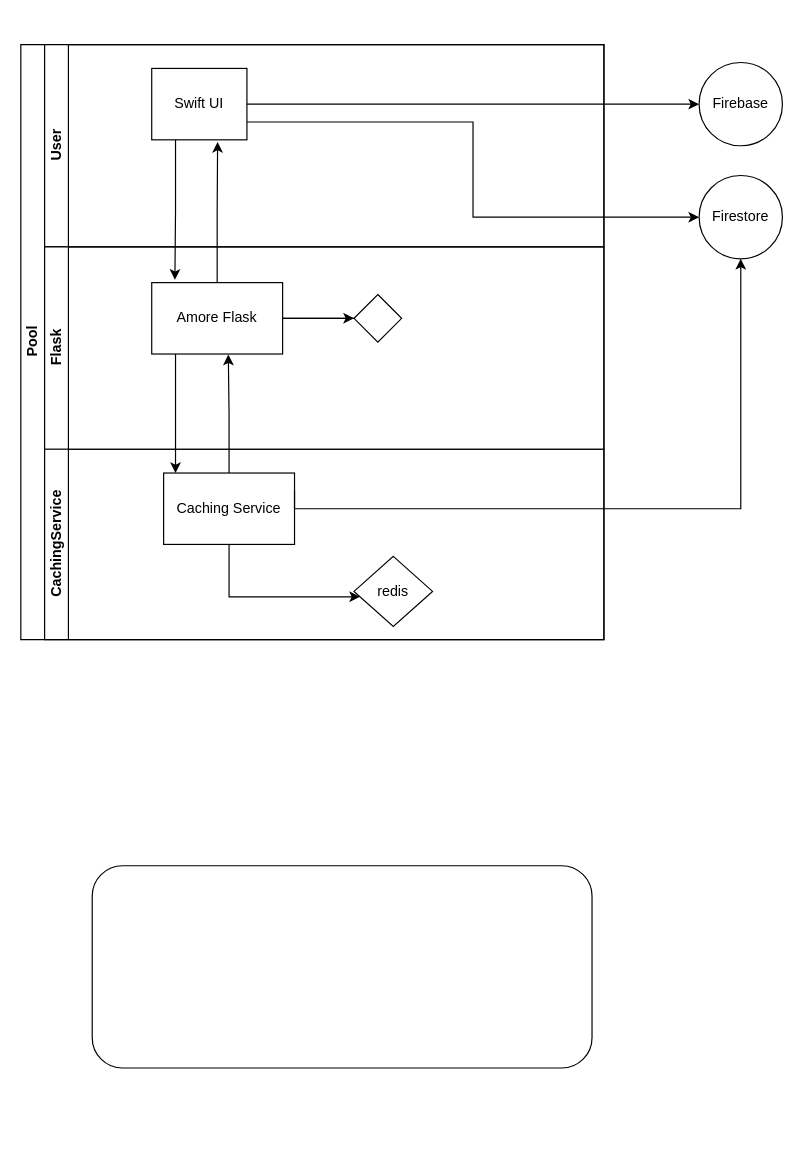
The draw.io diagram AmoreBrains.drawio in KshitizSharmaV/AmoreCachingService, before the edit. Source tidied: cells renumbered, new cells numbered last; positions are measured from the earlier drawing's top-left corner, leaving out a move shared by most shapes. Both pictures are drawn from the tidied source at 119%, with x=0, y=0 at pixel (20, 44).
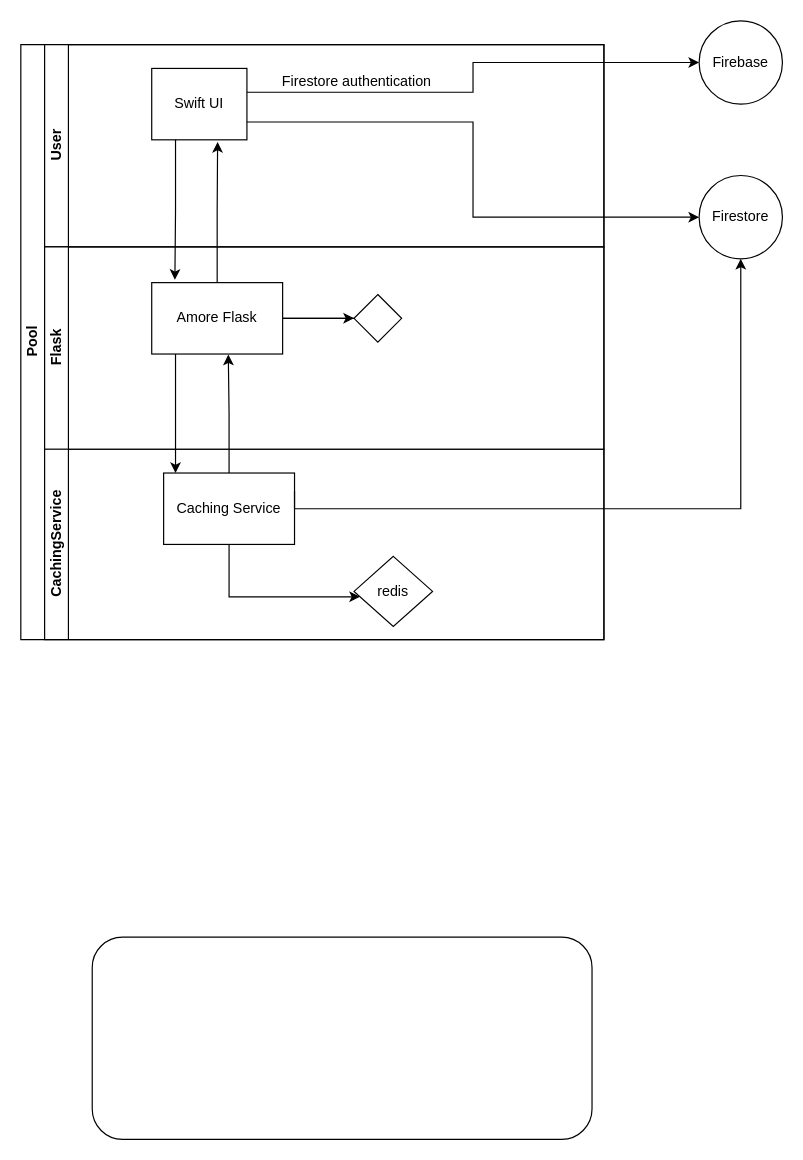
Above is the later version.

The change refers to these unchanged cells:
```xml
<mxCell id="5" value="Swift UI" style="rounded=0;whiteSpace=wrap;html=1;fontFamily=Helvetica;fontSize=12;fontColor=#000000;align=center;" parent="4" vertex="1">
  <mxGeometry x="90" y="20" width="80" height="60" as="geometry" />
</mxCell>
```

What changed in the source:
```diff
@@
     <mxCell id="18" value="Firebase" style="ellipse;whiteSpace=wrap;html=1;" parent="1" vertex="1">
-      <mxGeometry x="570" y="15" width="70" height="70" as="geometry" />
+      <mxGeometry x="570" y="-20" width="70" height="70" as="geometry" />
     </mxCell>
     <mxCell id="19" style="edgeStyle=orthogonalEdgeStyle;rounded=0;jettySize=auto;html=1;endArrow=classic;endFill=1;" parent="1" edge="1" source="5" target="18">
-      <mxGeometry relative="1" as="geometry" />
+      <mxGeometry relative="1" as="geometry">
+        <Array as="points">
+          <mxPoint x="380" y="40" />
+          <mxPoint x="380" y="15" />
+        </Array>
+      </mxGeometry>
     </mxCell>
+    <mxCell id="24" value="Firestore authentication&lt;br style=&quot;font-size: 12px;&quot;&gt;" style="edgeLabel;html=1;align=center;verticalAlign=middle;fontSize=12;" parent="19" vertex="1">
+      <mxGeometry x="-0.27" relative="1" as="geometry">
+        <mxPoint x="-57" y="-10" as="offset" />
+      </mxGeometry>
+    </mxCell>
@@
     <mxCell id="23" style="rounded=1;whiteSpace=wrap;html=1;" parent="1" vertex="1">
-      <mxGeometry x="60" y="690" width="420" height="170" as="geometry" />
+      <mxGeometry x="60" y="750" width="420" height="170" as="geometry" />
     </mxCell>
```
